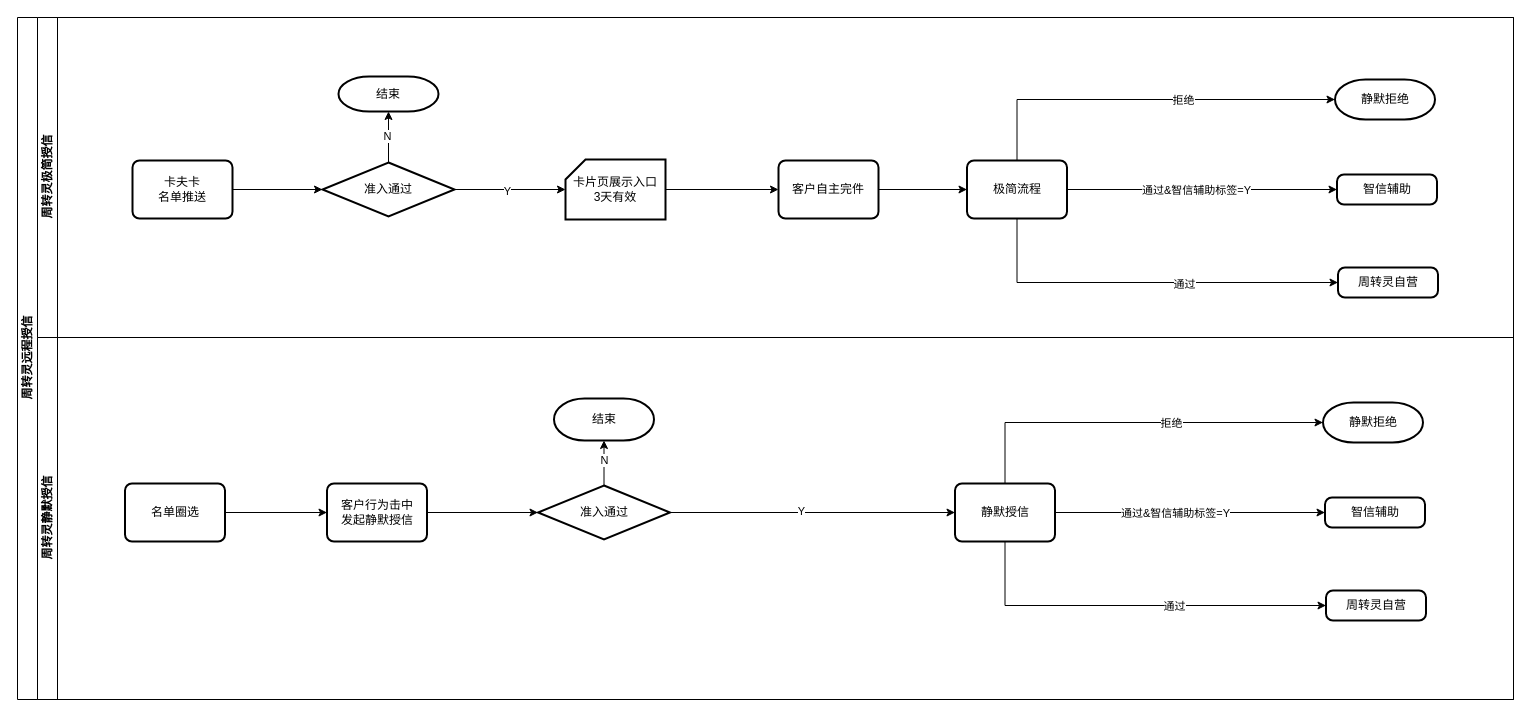
Above: 周转灵静默授信.drawio in shock1024/shock_database (draw.io), before the change. Source tidied: cells renumbered, new cells numbered last; positions are measured from the earlier drawing's top-left corner, leaving out a move shared by most shapes. Both pictures are drawn from the tidied source at 100%, with x=0, y=0 at pixel (17, 17).
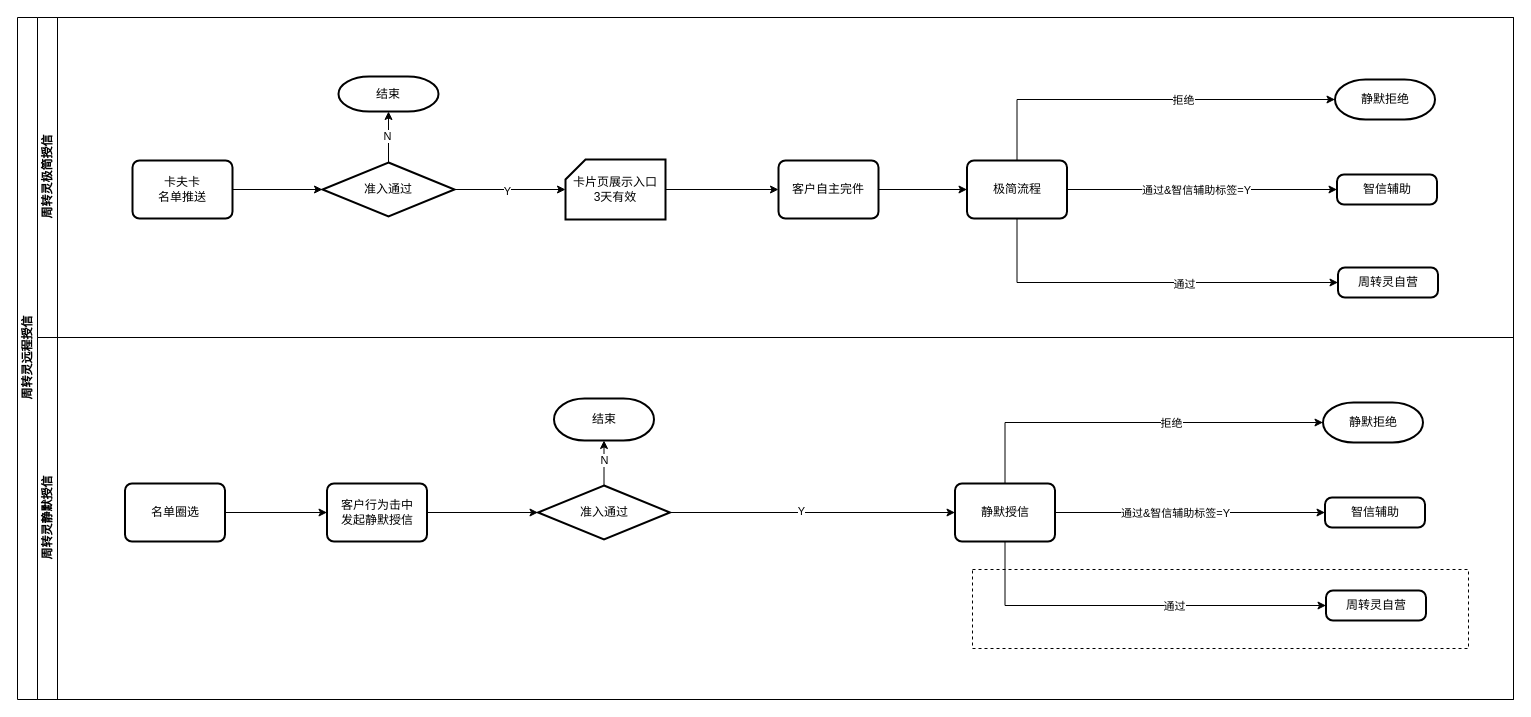
After the change.

Commit message:
更新周转灵静默授信.drawio

Unchanged cells that the change refers to:
```xml
<mxCell id="26" value="周转灵静默授信" style="swimlane;startSize=20;horizontal=0;html=1;" parent="2" vertex="1">
  <mxGeometry x="20" y="320" width="1476" height="362" as="geometry" />
</mxCell>
```

What changed in the source:
```diff
@@
+    <mxCell id="47" style="rounded=0;whiteSpace=wrap;html=1;fillColor=none;dashed=1;" parent="26" vertex="1">
+      <mxGeometry x="935" y="232" width="496" height="79" as="geometry" />
+    </mxCell>
```
